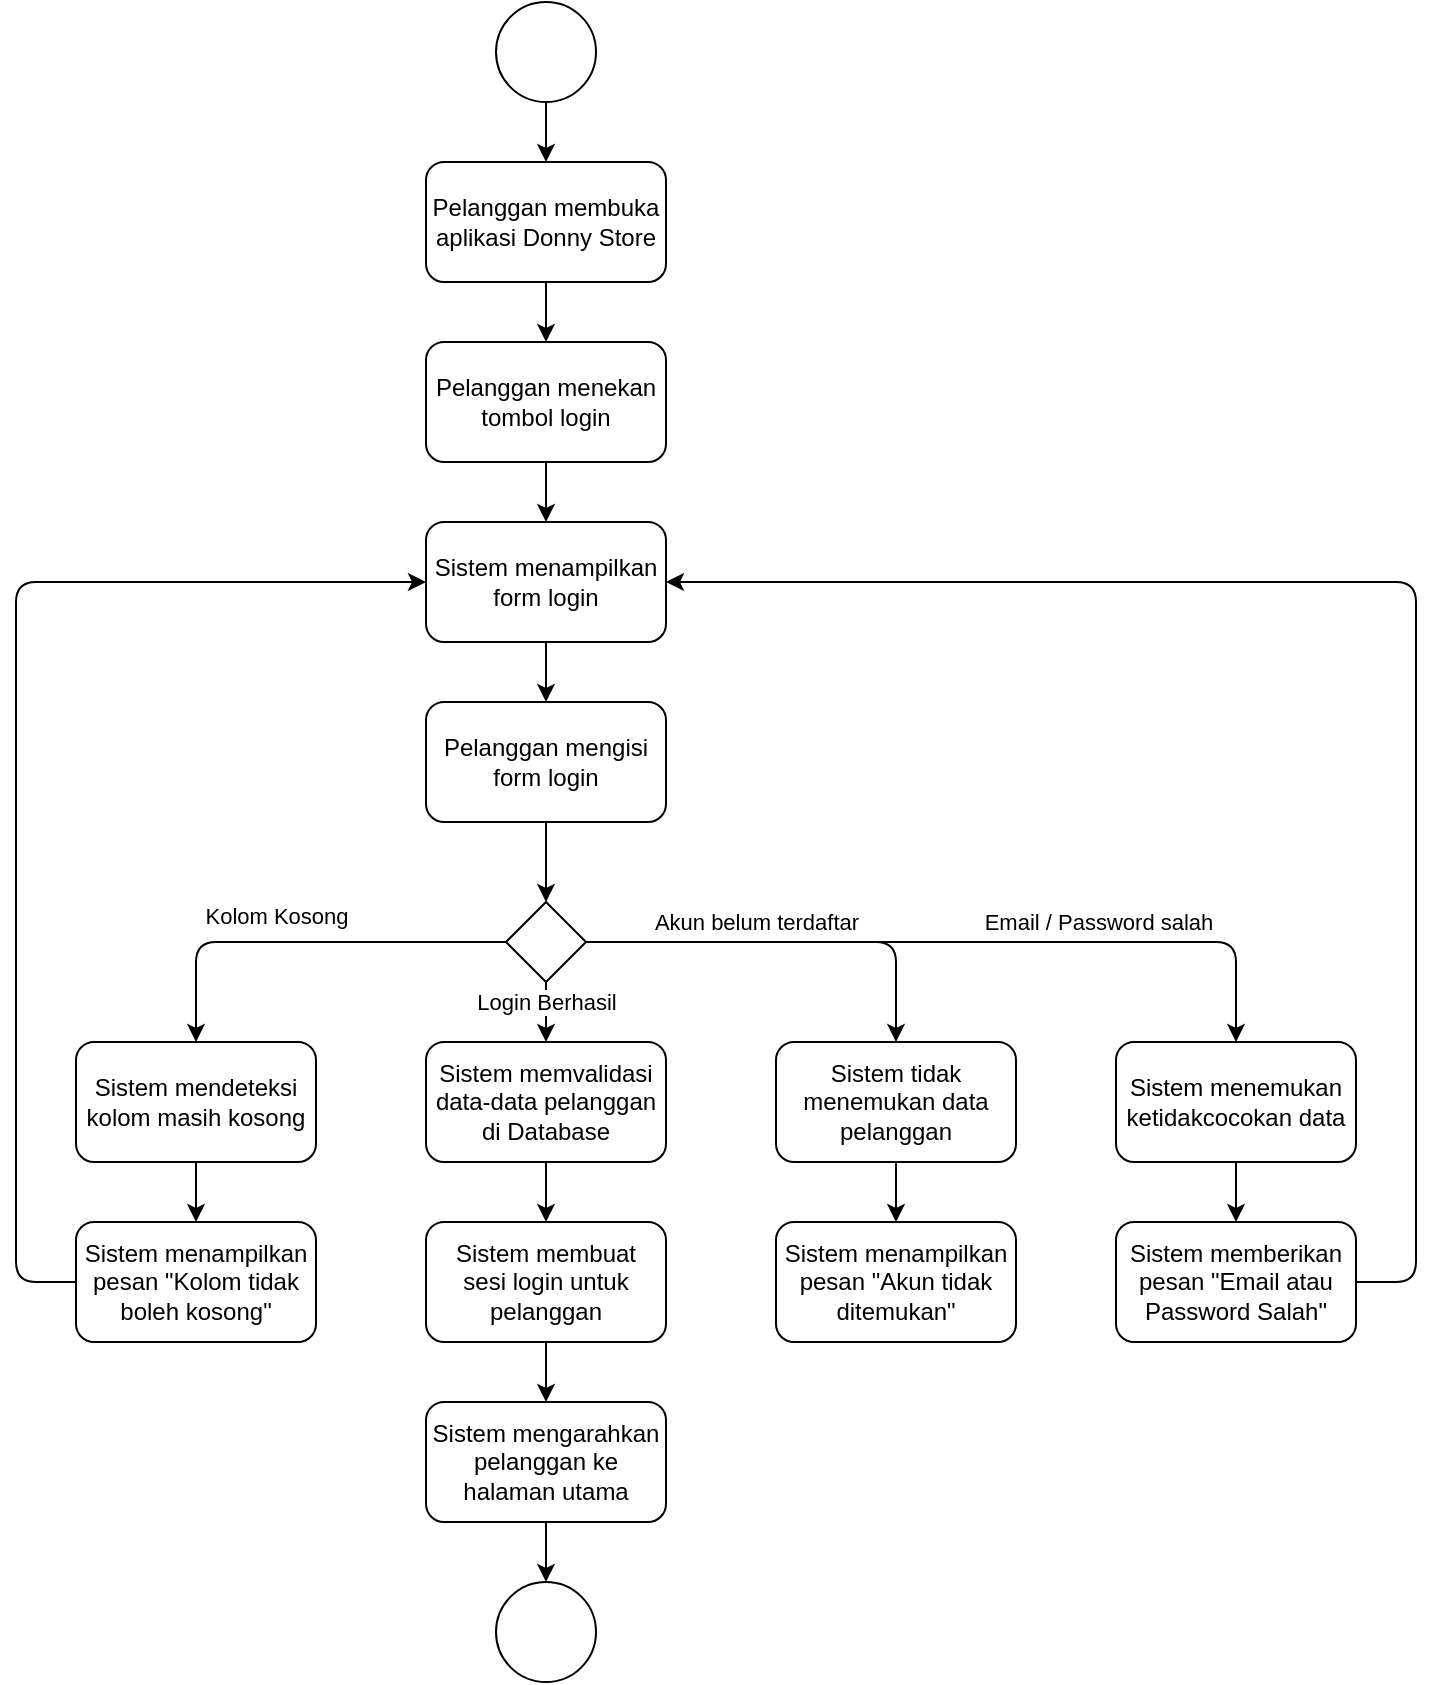
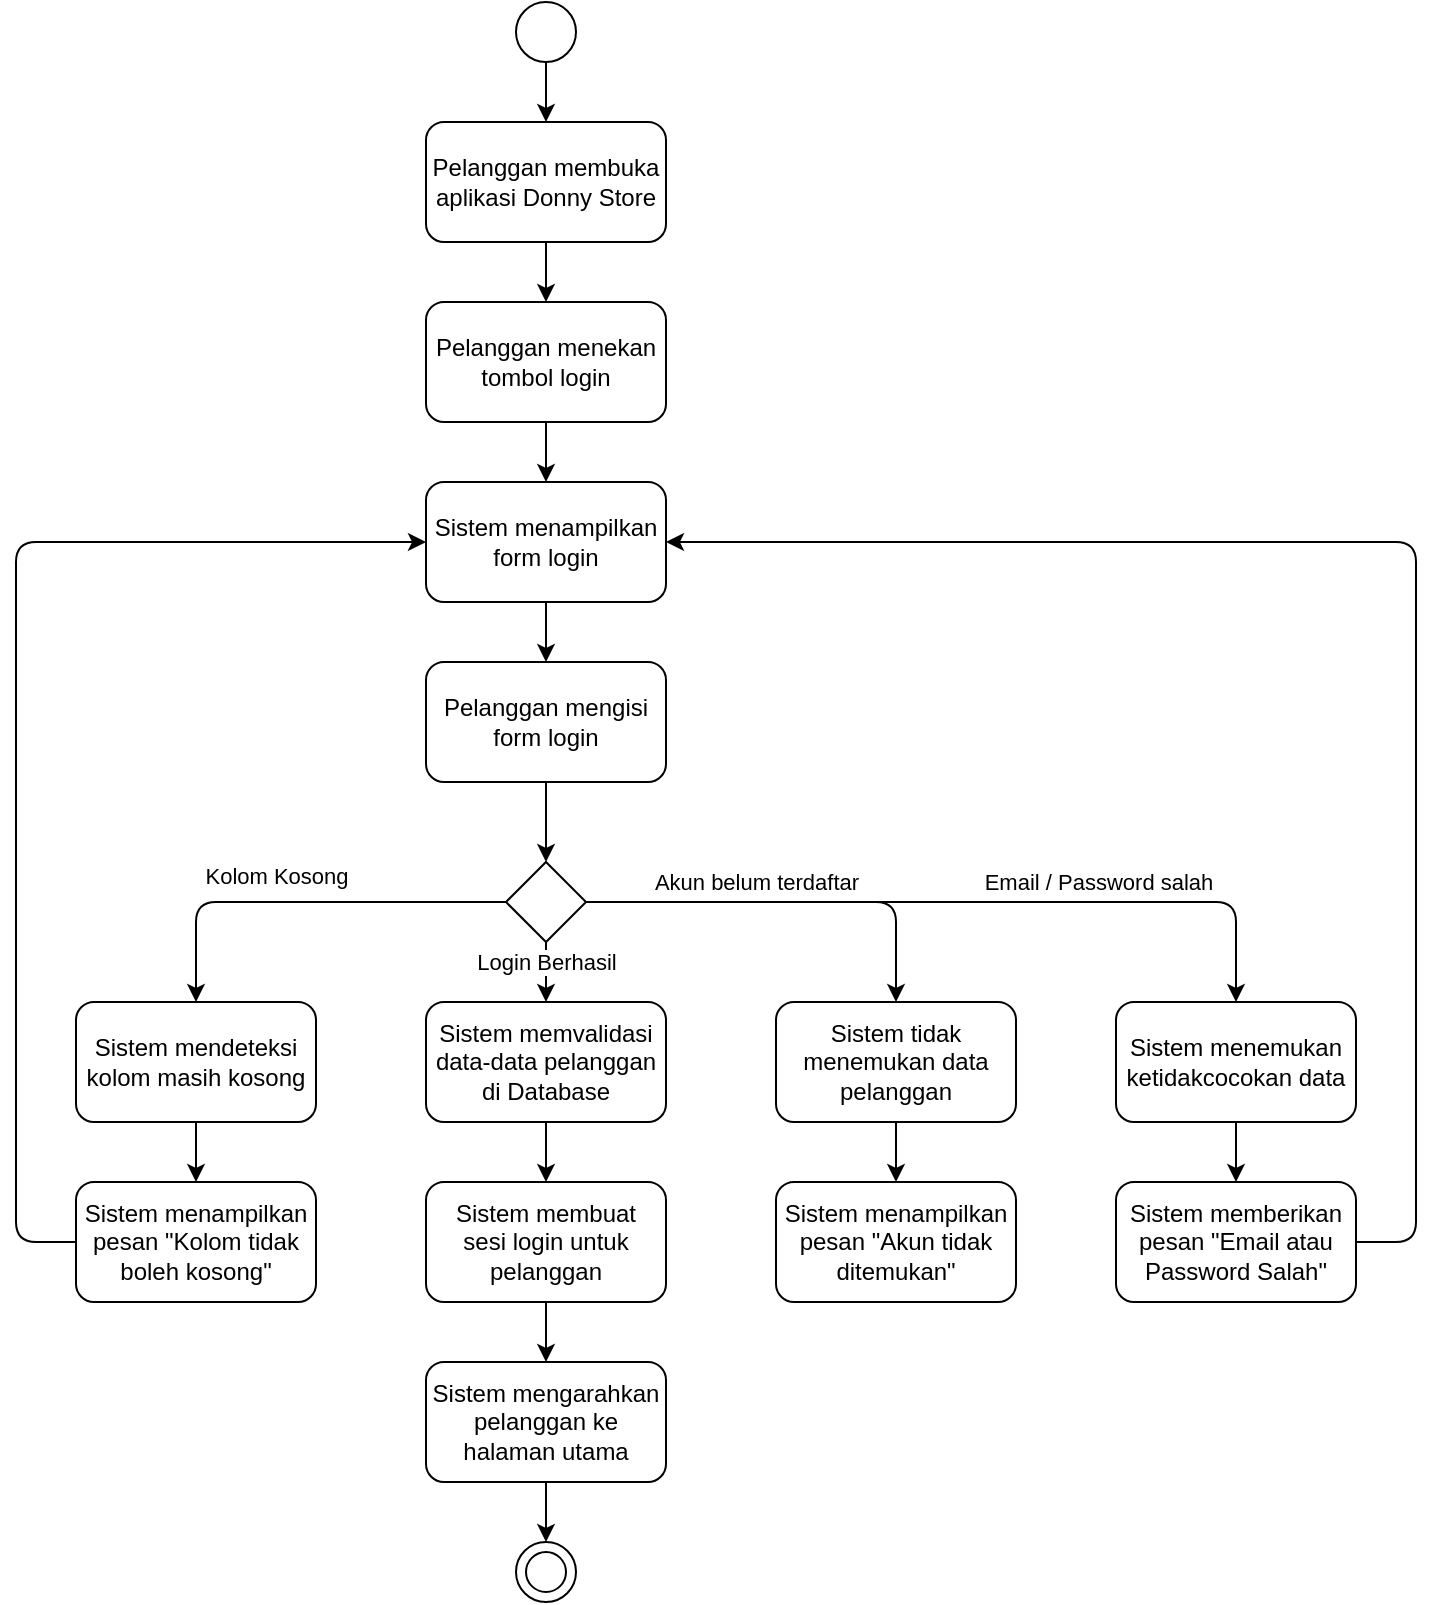
<mxfile host="65bd71144e">
    <diagram id="D-kXGX2GNe1WOqVTpzhS" name="Page-1">
-         <mxGraphModel dx="788" dy="528" grid="1" gridSize="10" guides="1" tooltips="1" connect="1" arrows="1" fold="1" page="1" pageScale="1" pageWidth="850" pageHeight="1100" math="0" shadow="0">
+         <mxGraphModel dx="346" dy="347" grid="1" gridSize="10" guides="1" tooltips="1" connect="1" arrows="1" fold="1" page="1" pageScale="1" pageWidth="850" pageHeight="1100" math="0" shadow="0">
            <root>
                <mxCell id="0"/>
                <mxCell id="1" parent="0"/>
                <mxCell id="4" value="" style="edgeStyle=none;html=1;spacing=2;spacingLeft=2;spacingRight=2;" parent="1" source="2" target="3" edge="1">
                    <mxGeometry relative="1" as="geometry"/>
                </mxCell>
                <mxCell id="2" value="" style="ellipse;whiteSpace=wrap;html=1;aspect=fixed;spacing=2;spacingLeft=2;spacingRight=2;" parent="1" vertex="1">
-                     <mxGeometry x="315" y="10" width="50" height="50" as="geometry"/>
+                     <mxGeometry x="325" y="30" width="30" height="30" as="geometry"/>
                </mxCell>
                <mxCell id="6" value="" style="edgeStyle=none;html=1;spacing=2;spacingLeft=2;spacingRight=2;" parent="1" source="3" target="5" edge="1">
                    <mxGeometry relative="1" as="geometry"/>
                </mxCell>
                <mxCell id="3" value="Pelanggan membuka aplikasi Donny Store" style="whiteSpace=wrap;html=1;rounded=1;spacing=2;spacingLeft=2;spacingRight=2;" parent="1" vertex="1">
                    <mxGeometry x="280" y="90" width="120" height="60" as="geometry"/>
                </mxCell>
                <mxCell id="8" value="" style="edgeStyle=none;html=1;spacing=2;spacingLeft=2;spacingRight=2;" parent="1" source="5" target="7" edge="1">
                    <mxGeometry relative="1" as="geometry"/>
                </mxCell>
                <mxCell id="5" value="Pelanggan menekan tombol login" style="whiteSpace=wrap;html=1;rounded=1;spacing=2;spacingTop=0;spacingLeft=2;spacingRight=2;" parent="1" vertex="1">
                    <mxGeometry x="280" y="180" width="120" height="60" as="geometry"/>
                </mxCell>
                <mxCell id="10" value="" style="edgeStyle=none;html=1;spacing=2;spacingLeft=2;spacingRight=2;" parent="1" source="7" target="9" edge="1">
                    <mxGeometry relative="1" as="geometry"/>
                </mxCell>
                <mxCell id="7" value="Sistem menampilkan form login" style="whiteSpace=wrap;html=1;rounded=1;spacing=2;spacingLeft=2;spacingRight=2;" parent="1" vertex="1">
                    <mxGeometry x="280" y="270" width="120" height="60" as="geometry"/>
                </mxCell>
                <mxCell id="12" value="" style="edgeStyle=none;html=1;spacing=2;spacingLeft=2;spacingRight=2;" parent="1" source="17" target="11" edge="1">
                    <mxGeometry relative="1" as="geometry"/>
                </mxCell>
-                 <mxCell id="44" value="Login Berhasil" style="edgeLabel;html=1;align=center;verticalAlign=middle;resizable=0;points=[];" vertex="1" connectable="0" parent="12">
+                 <mxCell id="44" value="Login Berhasil" style="edgeLabel;html=1;align=center;verticalAlign=middle;resizable=0;points=[];" parent="12" vertex="1" connectable="0">
                    <mxGeometry x="-0.0667" y="2" relative="1" as="geometry">
                        <mxPoint x="-2" y="-4" as="offset"/>
                    </mxGeometry>
                </mxCell>
                <mxCell id="9" value="Pelanggan mengisi form login" style="whiteSpace=wrap;html=1;rounded=1;spacing=2;spacingLeft=2;spacingRight=2;" parent="1" vertex="1">
                    <mxGeometry x="280" y="360" width="120" height="60" as="geometry"/>
                </mxCell>
                <mxCell id="14" value="" style="edgeStyle=none;html=1;spacing=2;spacingLeft=2;spacingRight=2;" parent="1" source="11" target="13" edge="1">
                    <mxGeometry relative="1" as="geometry"/>
                </mxCell>
                <mxCell id="11" value="Sistem memvalidasi data-data pelanggan di Database" style="whiteSpace=wrap;html=1;rounded=1;spacing=2;spacingLeft=2;spacingRight=2;" parent="1" vertex="1">
                    <mxGeometry x="280" y="530" width="120" height="60" as="geometry"/>
                </mxCell>
                <mxCell id="16" value="" style="edgeStyle=none;html=1;spacing=2;spacingLeft=2;spacingRight=2;" parent="1" source="13" target="15" edge="1">
                    <mxGeometry relative="1" as="geometry"/>
                </mxCell>
                <mxCell id="13" value="Sistem membuat sesi login untuk pelanggan" style="rounded=1;perimeterSpacing=0;whiteSpace=wrap;html=1;labelBorderColor=none;spacing=2;spacingLeft=2;spacingRight=2;" parent="1" vertex="1">
                    <mxGeometry x="280" y="620" width="120" height="60" as="geometry"/>
                </mxCell>
-                 <mxCell id="46" style="edgeStyle=none;html=1;entryX=0.5;entryY=0;entryDx=0;entryDy=0;" edge="1" parent="1" source="15" target="45">
-                     <mxGeometry relative="1" as="geometry"/>
+                 <mxCell id="46" style="edgeStyle=none;html=1;entryX=0.5;entryY=0;entryDx=0;entryDy=0;" parent="1" source="15" target="47" edge="1">
+                     <mxGeometry relative="1" as="geometry">
+                         <mxPoint x="340" y="800" as="targetPoint"/>
+                     </mxGeometry>
                </mxCell>
                <mxCell id="15" value="Sistem mengarahkan pelanggan ke halaman utama" style="whiteSpace=wrap;html=1;rounded=1;spacing=2;spacingLeft=2;spacingRight=2;" parent="1" vertex="1">
                    <mxGeometry x="280" y="710" width="120" height="60" as="geometry"/>
                </mxCell>
                <mxCell id="18" value="" style="edgeStyle=none;html=1;spacing=2;spacingLeft=2;spacingRight=2;" parent="1" source="9" target="17" edge="1">
                    <mxGeometry relative="1" as="geometry">
                        <mxPoint x="340" y="420" as="sourcePoint"/>
                        <mxPoint x="340" y="530" as="targetPoint"/>
                    </mxGeometry>
                </mxCell>
                <mxCell id="20" value="" style="edgeStyle=none;html=1;" parent="1" source="17" target="19" edge="1">
                    <mxGeometry relative="1" as="geometry">
                        <Array as="points">
                            <mxPoint x="685" y="480"/>
                        </Array>
                    </mxGeometry>
                </mxCell>
                <mxCell id="22" value="Email / Password salah" style="edgeLabel;html=1;align=center;verticalAlign=middle;resizable=0;points=[];" parent="20" vertex="1" connectable="0">
                    <mxGeometry x="0.0147" relative="1" as="geometry">
                        <mxPoint x="65" y="-10" as="offset"/>
                    </mxGeometry>
                </mxCell>
                <mxCell id="33" style="edgeStyle=none;html=1;entryX=0.5;entryY=0;entryDx=0;entryDy=0;" parent="1" source="17" target="32" edge="1">
                    <mxGeometry relative="1" as="geometry">
                        <Array as="points">
                            <mxPoint x="165" y="480"/>
                        </Array>
                    </mxGeometry>
                </mxCell>
                <mxCell id="34" value="Kolom Kosong" style="edgeLabel;html=1;align=center;verticalAlign=middle;resizable=0;points=[];" parent="33" vertex="1" connectable="0">
                    <mxGeometry x="0.2121" y="2" relative="1" as="geometry">
                        <mxPoint x="9" y="-15" as="offset"/>
                    </mxGeometry>
                </mxCell>
-                 <mxCell id="41" style="edgeStyle=none;html=1;entryX=0.5;entryY=0;entryDx=0;entryDy=0;" edge="1" parent="1" source="17" target="38">
+                 <mxCell id="41" style="edgeStyle=none;html=1;entryX=0.5;entryY=0;entryDx=0;entryDy=0;" parent="1" source="17" target="38" edge="1">
                    <mxGeometry relative="1" as="geometry">
                        <Array as="points">
                            <mxPoint x="515" y="480"/>
                        </Array>
                    </mxGeometry>
                </mxCell>
-                 <mxCell id="43" value="Akun belum terdaftar" style="edgeLabel;html=1;align=center;verticalAlign=middle;resizable=0;points=[];" vertex="1" connectable="0" parent="41">
+                 <mxCell id="43" value="Akun belum terdaftar" style="edgeLabel;html=1;align=center;verticalAlign=middle;resizable=0;points=[];" parent="41" vertex="1" connectable="0">
                    <mxGeometry x="-0.1024" relative="1" as="geometry">
                        <mxPoint x="-7" y="-10" as="offset"/>
                    </mxGeometry>
                </mxCell>
                <mxCell id="17" value="" style="rhombus;whiteSpace=wrap;html=1;" parent="1" vertex="1">
                    <mxGeometry x="320" y="460" width="40" height="40" as="geometry"/>
                </mxCell>
                <mxCell id="24" value="" style="edgeStyle=none;html=1;" parent="1" source="19" target="23" edge="1">
                    <mxGeometry relative="1" as="geometry"/>
                </mxCell>
                <mxCell id="19" value="Sistem menemukan ketidakcocokan data" style="whiteSpace=wrap;html=1;rounded=1;spacingLeft=2;spacingRight=2;" parent="1" vertex="1">
                    <mxGeometry x="625" y="530" width="120" height="60" as="geometry"/>
                </mxCell>
                <mxCell id="26" style="edgeStyle=none;html=1;entryX=1;entryY=0.5;entryDx=0;entryDy=0;exitX=1;exitY=0.5;exitDx=0;exitDy=0;" parent="1" source="23" target="7" edge="1">
                    <mxGeometry relative="1" as="geometry">
                        <Array as="points">
                            <mxPoint x="775" y="650"/>
                            <mxPoint x="775" y="300"/>
                        </Array>
                    </mxGeometry>
                </mxCell>
                <mxCell id="23" value="Sistem memberikan pesan &quot;Email atau Password Salah&quot;" style="whiteSpace=wrap;html=1;rounded=1;spacingLeft=2;spacingRight=2;" parent="1" vertex="1">
                    <mxGeometry x="625" y="620" width="120" height="60" as="geometry"/>
                </mxCell>
                <mxCell id="36" value="" style="edgeStyle=none;html=1;" parent="1" source="32" target="35" edge="1">
                    <mxGeometry relative="1" as="geometry"/>
                </mxCell>
                <mxCell id="32" value="Sistem mendeteksi kolom masih kosong" style="whiteSpace=wrap;html=1;rounded=1;spacingLeft=2;spacingRight=2;" parent="1" vertex="1">
                    <mxGeometry x="105" y="530" width="120" height="60" as="geometry"/>
                </mxCell>
                <mxCell id="37" style="edgeStyle=none;html=1;entryX=0;entryY=0.5;entryDx=0;entryDy=0;exitX=0;exitY=0.5;exitDx=0;exitDy=0;" parent="1" source="35" target="7" edge="1">
                    <mxGeometry relative="1" as="geometry">
                        <Array as="points">
                            <mxPoint x="75" y="650"/>
                            <mxPoint x="75" y="300"/>
                        </Array>
                    </mxGeometry>
                </mxCell>
                <mxCell id="35" value="Sistem menampilkan pesan &quot;Kolom tidak boleh kosong&quot;" style="whiteSpace=wrap;html=1;rounded=1;spacingLeft=2;spacingRight=2;" parent="1" vertex="1">
                    <mxGeometry x="105" y="620" width="120" height="60" as="geometry"/>
                </mxCell>
-                 <mxCell id="40" value="" style="edgeStyle=none;html=1;" edge="1" parent="1" source="38" target="39">
+                 <mxCell id="40" value="" style="edgeStyle=none;html=1;" parent="1" source="38" target="39" edge="1">
                    <mxGeometry relative="1" as="geometry"/>
                </mxCell>
-                 <mxCell id="38" value="Sistem tidak menemukan data pelanggan" style="whiteSpace=wrap;html=1;rounded=1;spacing=2;spacingLeft=2;spacingRight=2;spacingBottom=2;spacingTop=2;" vertex="1" parent="1">
+                 <mxCell id="38" value="Sistem tidak menemukan data pelanggan" style="whiteSpace=wrap;html=1;rounded=1;spacing=2;spacingLeft=2;spacingRight=2;spacingBottom=2;spacingTop=2;" parent="1" vertex="1">
                    <mxGeometry x="455" y="530" width="120" height="60" as="geometry"/>
                </mxCell>
-                 <mxCell id="39" value="Sistem menampilkan pesan &quot;Akun tidak ditemukan&quot;" style="whiteSpace=wrap;html=1;rounded=1;spacing=2;spacingLeft=2;spacingRight=2;spacingBottom=2;spacingTop=2;" vertex="1" parent="1">
+                 <mxCell id="39" value="Sistem menampilkan pesan &quot;Akun tidak ditemukan&quot;" style="whiteSpace=wrap;html=1;rounded=1;spacing=2;spacingLeft=2;spacingRight=2;spacingBottom=2;spacingTop=2;" parent="1" vertex="1">
                    <mxGeometry x="455" y="620" width="120" height="60" as="geometry"/>
                </mxCell>
-                 <mxCell id="45" value="" style="ellipse;whiteSpace=wrap;html=1;aspect=fixed;spacing=2;spacingLeft=2;spacingRight=2;" vertex="1" parent="1">
-                     <mxGeometry x="315" y="800" width="50" height="50" as="geometry"/>
+                 <mxCell id="47" value="" style="ellipse;whiteSpace=wrap;html=1;aspect=fixed;spacing=2;spacingLeft=2;spacingRight=2;" vertex="1" parent="1">
+                     <mxGeometry x="325" y="800" width="30" height="30" as="geometry"/>
+                 </mxCell>
+                 <mxCell id="48" value="" style="ellipse;whiteSpace=wrap;html=1;aspect=fixed;spacing=2;spacingLeft=2;spacingRight=2;" vertex="1" parent="1">
+                     <mxGeometry x="330" y="805" width="20" height="20" as="geometry"/>
                </mxCell>
            </root>
        </mxGraphModel>
    </diagram>
</mxfile>